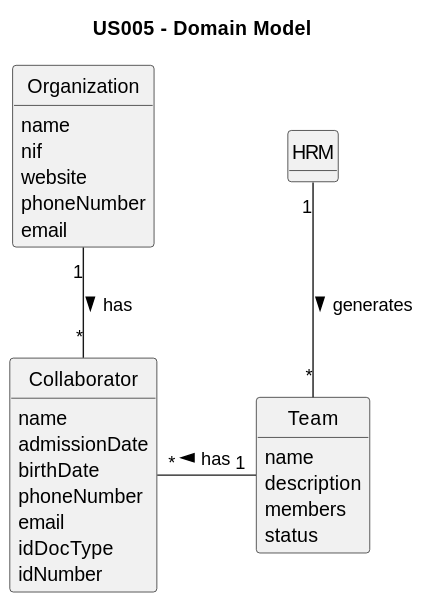
Earlier version of the PlantUML export docs/sprintB/us005/02.analysis/svg/us005-domain-model.svg (Rui-San/LAPR2_2023_2024). Its diagram source:
```plantuml
@startuml
skinparam monochrome true
skinparam packageStyle rectangle
skinparam shadowing false


skinparam classAttributeIconSize 0
hide circle
hide methods

title US005 - Domain Model

class Organization {
    name
    nif
    website
    phoneNumber
    email
}

class Team{
    name
    description
    members
    status
}

class Collaborator{
    name
    admissionDate
    birthDate
    phoneNumber
    email
    idDocType
    idNumber
}

Organization "1" -- "*" Collaborator : "has >"
Team "1" --left "*" Collaborator : "has >"
HRM "1" -- "*" Team : "generates >"
@enduml
```
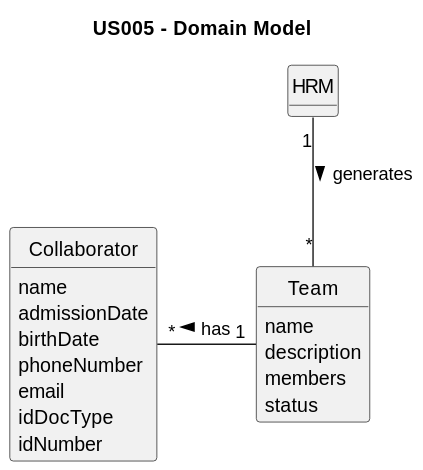
Later version of the same file.

The edit, as a diff of the source:
```diff
@@ -10,13 +10,6 @@
 
 title US005 - Domain Model
 
-class Organization {
-    name
-    nif
-    website
-    phoneNumber
-    email
-}
 
 class Team{
     name
@@ -35,7 +28,6 @@
     idNumber
 }
 
-Organization "1" -- "*" Collaborator : "has >"
 Team "1" --left "*" Collaborator : "has >"
 HRM "1" -- "*" Team : "generates >"
 @enduml
```
